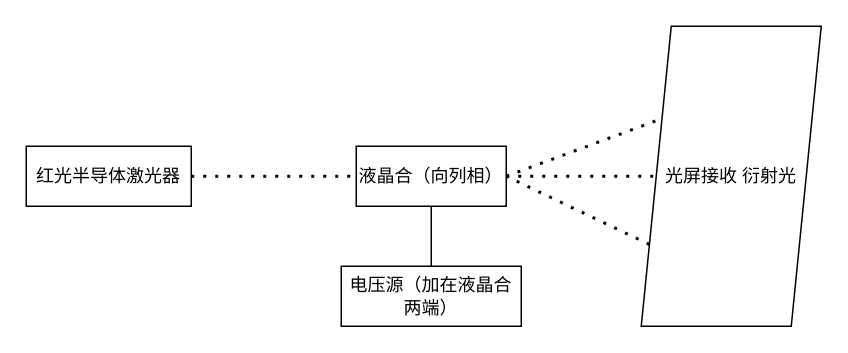
Earlier version of the draw.io diagram 液晶衍射实验原理图.drawio (yangbc30/draw). Source tidied: cells renumbered, new cells numbered last; positions are measured from the earlier drawing's top-left corner, leaving out a move shared by most shapes. Both pictures are drawn from the tidied source at 150%, with x=0, y=0 at pixel (26, 26).
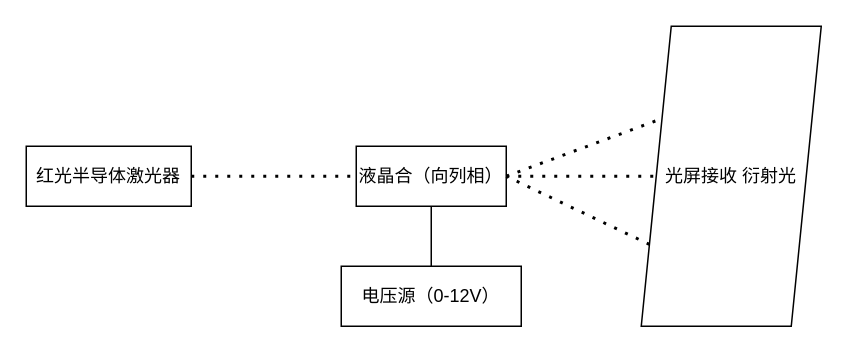
After the change.

Commit message (it also covers changes not shown here):
更新液晶衍射实验原理图.drawio

The edit, as a diff of the source:
```diff
@@
 <mxGraphModel>
   <root>
     <mxCell id="0" />
     <mxCell id="1" parent="0" />
     <mxCell id="2" value="红光半导体激光器" style="rounded=0;whiteSpace=wrap;html=1;" parent="1" vertex="1">
       <mxGeometry y="80" width="110" height="40" as="geometry" />
     </mxCell>
     <mxCell id="3" style="endArrow=none;dashed=1;html=1;dashPattern=1 3;strokeWidth=2;rounded=0;exitX=1;exitY=0.5;exitDx=0;exitDy=0;entryX=0;entryY=0.5;entryDx=0;entryDy=0;" parent="1" edge="1" source="2" target="4">
       <mxGeometry relative="1" as="geometry" />
     </mxCell>
     <mxCell id="4" value="液晶合（向列相）" style="rounded=0;whiteSpace=wrap;html=1;" parent="1" vertex="1">
       <mxGeometry x="220" y="80" width="100" height="40" as="geometry" />
     </mxCell>
     <mxCell id="5" value="光屏接收 衍射光" style="shape=parallelogram;perimeter=parallelogramPerimeter;whiteSpace=wrap;html=1;fixedSize=1;" parent="1" vertex="1">
       <mxGeometry x="410" width="120" height="200" as="geometry" />
     </mxCell>
     <mxCell id="6" style="endArrow=none;dashed=1;html=1;dashPattern=1 3;strokeWidth=2;rounded=0;exitX=1;exitY=0.5;exitDx=0;exitDy=0;entryX=0;entryY=0.5;entryDx=0;entryDy=0;" parent="1" edge="1" source="4" target="5">
       <mxGeometry relative="1" as="geometry" />
     </mxCell>
     <mxCell id="7" style="endArrow=none;dashed=1;html=1;dashPattern=1 3;strokeWidth=2;rounded=0;entryX=0;entryY=0.25;entryDx=0;entryDy=0;" parent="1" edge="1" target="5">
       <mxGeometry relative="1" as="geometry">
         <mxPoint x="320" y="100" as="sourcePoint" />
       </mxGeometry>
     </mxCell>
     <mxCell id="8" style="endArrow=none;dashed=1;html=1;dashPattern=1 3;strokeWidth=2;rounded=0;entryX=1;entryY=0.5;entryDx=0;entryDy=0;exitX=0;exitY=0.75;exitDx=0;exitDy=0;" parent="1" edge="1" source="5" target="4">
       <mxGeometry relative="1" as="geometry" />
     </mxCell>
     <mxCell id="9" style="endArrow=none;html=1;rounded=0;entryX=0.5;entryY=1;entryDx=0;entryDy=0;exitX=0.5;exitY=0;exitDx=0;exitDy=0;" parent="1" edge="1" source="10" target="4">
       <mxGeometry relative="1" as="geometry" />
     </mxCell>
-    <mxCell id="10" value="电压源（加在液晶合两端）" style="rounded=0;whiteSpace=wrap;html=1;" parent="1" vertex="1">
+    <mxCell id="10" value="电压源（0-12V）" style="rounded=0;whiteSpace=wrap;html=1;" parent="1" vertex="1">
       <mxGeometry x="210" y="160" width="120" height="40" as="geometry" />
     </mxCell>
   </root>
 </mxGraphModel>
```
